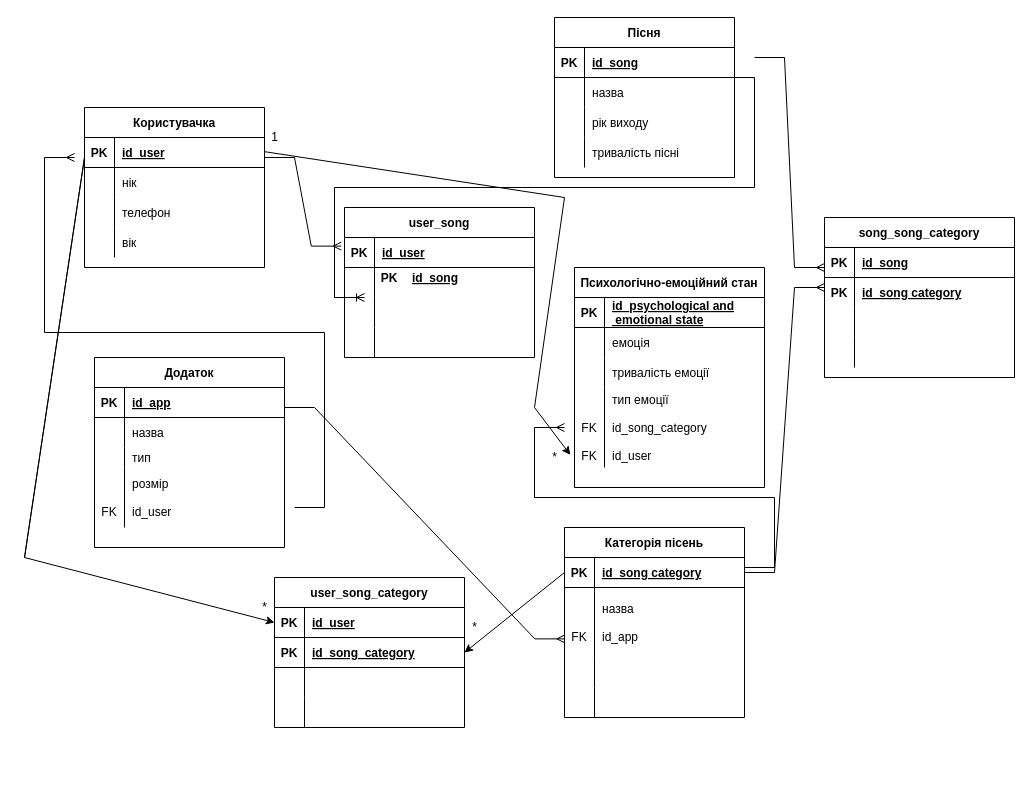
oleksandrblazhko/nai205-guda keeps this draw.io diagram as 2-SoftwareDesign/2.3-DataModel/діаграма.drawio. Above is the earlier version. Source tidied: cells renumbered, new cells numbered last; positions are measured from the earlier drawing's top-left corner, leaving out a move shared by most shapes. Both pictures are drawn from the tidied source at 100%, with x=0, y=0 at pixel (24, 17).
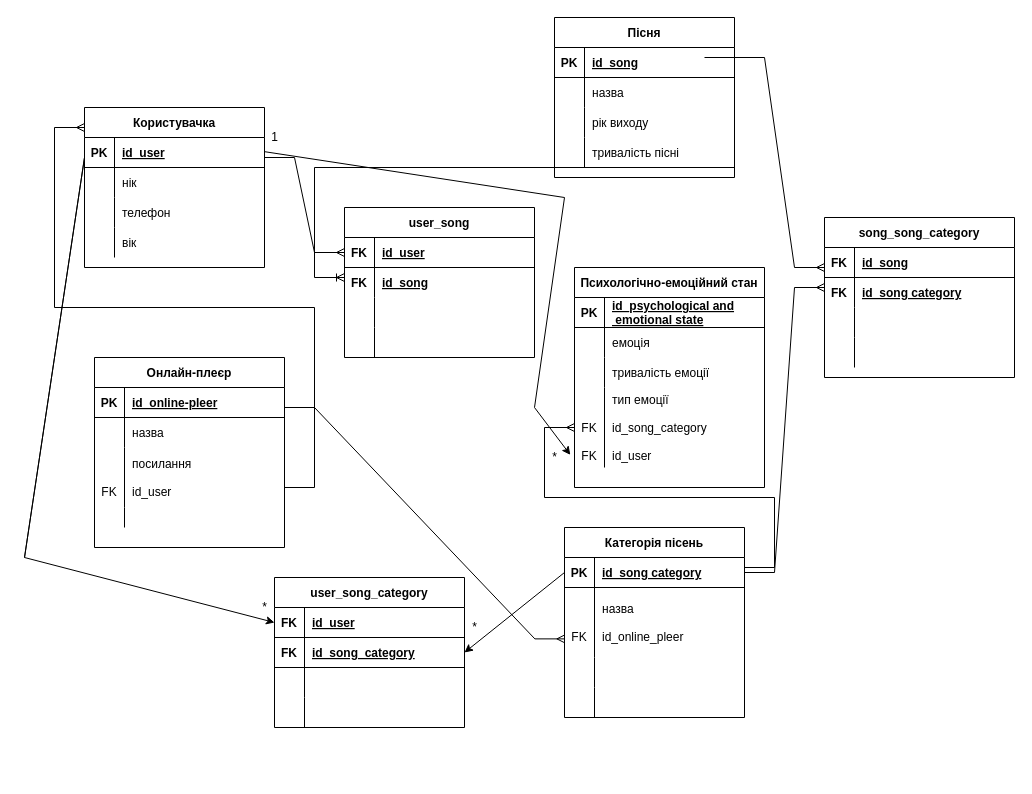
The same page after the edit.

The change refers to these unchanged cells:
```xml
<mxCell id="42" style="shape=tableRow;horizontal=0;startSize=0;swimlaneHead=0;swimlaneBody=0;fillColor=none;top=0;left=0;right=0;bottom=1;" parent="41" vertex="1">
  <mxGeometry y="30" width="190" height="30" as="geometry" />
</mxCell>
<mxCell id="58" style="shape=tableRow;horizontal=0;startSize=0;swimlaneHead=0;swimlaneBody=0;fillColor=none;points=[[0,0.5],[1,0.5]];portConstraint=eastwest;top=0;left=0;right=0;bottom=0;" parent="54" vertex="1">
  <mxGeometry y="60" width="180" height="70" as="geometry" />
</mxCell>
<mxCell id="70" style="shape=tableRow;horizontal=0;startSize=0;swimlaneHead=0;swimlaneBody=0;fillColor=none;points=[[0,0.5],[1,0.5]];portConstraint=eastwest;top=0;left=0;right=0;bottom=1;" parent="69" vertex="1">
  <mxGeometry y="30" width="190" height="30" as="geometry" />
</mxCell>
<mxCell id="87" style="shape=tableRow;horizontal=0;startSize=0;swimlaneHead=0;swimlaneBody=0;fillColor=none;top=0;left=0;right=0;bottom=1;" parent="86" vertex="1">
  <mxGeometry y="30" width="190" height="30" as="geometry" />
</mxCell>
<mxCell id="108" style="shape=tableRow;horizontal=0;startSize=0;swimlaneHead=0;swimlaneBody=0;fillColor=none;points=[[0,0.5],[1,0.5]];portConstraint=eastwest;top=0;left=0;right=0;bottom=1;" parent="107" vertex="1">
  <mxGeometry y="30" width="190" height="30" as="geometry" />
</mxCell>
<mxCell id="120" style="shape=tableRow;horizontal=0;startSize=0;swimlaneHead=0;swimlaneBody=0;fillColor=none;points=[[0,0.5],[1,0.5]];portConstraint=eastwest;top=0;left=0;right=0;bottom=1;" parent="1" vertex="1">
  <mxGeometry x="250" y="620" width="190" height="30" as="geometry" />
</mxCell>
```

Diff of the diagram source:
```diff
@@
-    <mxCell id="41" value="Додаток" style="shape=table;startSize=30;childLayout=tableLayout;rowLines=0;fontStyle=1;align=center;" parent="1" vertex="1">
+    <mxCell id="41" value="Онлайн-плеєр" style="shape=table;startSize=30;childLayout=tableLayout;rowLines=0;fontStyle=1;align=center;" parent="1" vertex="1">
       <mxGeometry x="70" y="340" width="190" height="190" as="geometry" />
     </mxCell>
@@
-    <mxCell id="44" value="id_app" style="shape=partialRectangle;fillColor=none;top=0;left=0;bottom=0;right=0;align=left;spacingLeft=6;fontStyle=5;overflow=hidden;" parent="42" vertex="1">
+    <mxCell id="44" value="id_online-pleer" style="shape=partialRectangle;fillColor=none;top=0;left=0;bottom=0;right=0;align=left;spacingLeft=6;fontStyle=5;overflow=hidden;" parent="42" vertex="1">
       <mxGeometry x="30" width="160" height="30" as="geometry" />
     </mxCell>
@@
+    <mxCell id="51" style="shape=tableRow;horizontal=0;startSize=0;swimlaneHead=0;swimlaneBody=0;fillColor=none;top=0;left=0;right=0;bottom=0;" parent="41" vertex="1">
+      <mxGeometry y="90" width="190" height="60" as="geometry" />
+    </mxCell>
+    <mxCell id="52" value="&#10;&#10;FK" style="shape=partialRectangle;fillColor=none;top=0;left=0;bottom=0;right=0;overflow=hidden;" parent="51" vertex="1">
+      <mxGeometry width="30" height="60" as="geometry" />
+    </mxCell>
+    <mxCell id="53" value="посилання&#10;&#10;id_user" style="shape=partialRectangle;fillColor=none;top=0;left=0;bottom=0;right=0;align=left;spacingLeft=6;overflow=hidden;" parent="51" vertex="1">
+      <mxGeometry x="30" width="160" height="60" as="geometry" />
+    </mxCell>
     <mxCell id="48" style="shape=tableRow;horizontal=0;startSize=0;swimlaneHead=0;swimlaneBody=0;fillColor=none;top=0;left=0;right=0;bottom=0;" parent="41" vertex="1">
-      <mxGeometry y="90" width="190" height="20" as="geometry" />
+      <mxGeometry y="150" width="190" height="20" as="geometry" />
     </mxCell>
@@
-    <mxCell id="50" value="тип" style="shape=partialRectangle;fillColor=none;top=0;left=0;bottom=0;right=0;align=left;spacingLeft=6;overflow=hidden;" parent="48" vertex="1">
+    <mxCell id="50" style="shape=partialRectangle;fillColor=none;top=0;left=0;bottom=0;right=0;align=left;spacingLeft=6;overflow=hidden;" parent="48" vertex="1">
       <mxGeometry x="30" width="160" height="20" as="geometry" />
     </mxCell>
-    <mxCell id="51" style="shape=tableRow;horizontal=0;startSize=0;swimlaneHead=0;swimlaneBody=0;fillColor=none;top=0;left=0;right=0;bottom=0;" parent="41" vertex="1">
-      <mxGeometry y="110" width="190" height="60" as="geometry" />
-    </mxCell>
-    <mxCell id="52" value="&#10;&#10;FK" style="shape=partialRectangle;fillColor=none;top=0;left=0;bottom=0;right=0;overflow=hidden;" parent="51" vertex="1">
-      <mxGeometry width="30" height="60" as="geometry" />
-    </mxCell>
-    <mxCell id="53" value="розмір&#10;&#10;id_user" style="shape=partialRectangle;fillColor=none;top=0;left=0;bottom=0;right=0;align=left;spacingLeft=6;overflow=hidden;" parent="51" vertex="1">
-      <mxGeometry x="30" width="160" height="60" as="geometry" />
-    </mxCell>
@@
-    <mxCell id="60" value="назва&#10;&#10;id_app" style="shape=partialRectangle;fillColor=none;top=0;left=0;bottom=0;right=0;align=left;spacingLeft=6;overflow=hidden;" parent="58" vertex="1">
+    <mxCell id="60" value="назва&#10;&#10;id_online_pleer" style="shape=partialRectangle;fillColor=none;top=0;left=0;bottom=0;right=0;align=left;spacingLeft=6;overflow=hidden;" parent="58" vertex="1">
       <mxGeometry x="30" width="150" height="70" as="geometry" />
     </mxCell>
@@
     <mxCell id="67" style="edgeStyle=entityRelationEdgeStyle;fontSize=12;html=1;endArrow=ERmany;rounded=0;" parent="1" edge="1">
       <mxGeometry relative="1" as="geometry">
-        <mxPoint x="270" y="490" as="sourcePoint" />
-        <mxPoint x="50" y="140" as="targetPoint" />
+        <mxPoint x="260" y="470" as="sourcePoint" />
+        <mxPoint x="60" y="110" as="targetPoint" />
       </mxGeometry>
     </mxCell>
@@
-    <mxCell id="71" value="PK" style="shape=partialRectangle;fillColor=none;top=0;left=0;bottom=0;right=0;fontStyle=1;overflow=hidden;" parent="70" vertex="1">
+    <mxCell id="71" value="FK" style="shape=partialRectangle;fillColor=none;top=0;left=0;bottom=0;right=0;fontStyle=1;overflow=hidden;" parent="70" vertex="1">
       <mxGeometry width="30" height="30" as="geometry" />
     </mxCell>
@@
-    <mxCell id="82" value="PK" style="shape=partialRectangle;fillColor=none;top=0;left=0;bottom=0;right=0;fontStyle=1;overflow=hidden;" parent="1" vertex="1">
-      <mxGeometry x="350" y="245" width="30" height="30" as="geometry" />
+    <mxCell id="82" value="FK" style="shape=partialRectangle;fillColor=none;top=0;left=0;bottom=0;right=0;fontStyle=1;overflow=hidden;" parent="1" vertex="1">
+      <mxGeometry x="320" y="250" width="30" height="30" as="geometry" />
     </mxCell>
     <mxCell id="83" value="id_song" style="shape=partialRectangle;fillColor=none;top=0;left=0;bottom=0;right=0;align=left;spacingLeft=6;fontStyle=5;overflow=hidden;" parent="1" vertex="1">
-      <mxGeometry x="380" y="245" width="160" height="30" as="geometry" />
+      <mxGeometry x="350" y="250" width="160" height="30" as="geometry" />
     </mxCell>
-    <mxCell id="84" style="edgeStyle=entityRelationEdgeStyle;fontSize=12;html=1;endArrow=ERmany;rounded=0;entryX=-0.017;entryY=0.287;entryDx=0;entryDy=0;entryPerimeter=0;" parent="1" edge="1" target="70">
+    <mxCell id="84" style="edgeStyle=entityRelationEdgeStyle;fontSize=12;html=1;endArrow=ERmany;rounded=0;entryX=0;entryY=0.5;entryDx=0;entryDy=0;" parent="1" edge="1" target="70">
       <mxGeometry relative="1" as="geometry">
         <mxPoint x="240" y="140" as="sourcePoint" />
       </mxGeometry>
     </mxCell>
     <mxCell id="85" style="edgeStyle=entityRelationEdgeStyle;fontSize=12;html=1;endArrow=ERoneToMany;rounded=0;" parent="1" edge="1">
       <mxGeometry relative="1" as="geometry">
-        <mxPoint x="700" y="60" as="sourcePoint" />
-        <mxPoint x="340" y="280" as="targetPoint" />
+        <mxPoint x="680" y="40" as="sourcePoint" />
+        <mxPoint x="320" y="260" as="targetPoint" />
       </mxGeometry>
     </mxCell>
@@
-    <mxCell id="88" value="PK" style="shape=partialRectangle;fillColor=none;top=0;left=0;bottom=0;right=0;fontStyle=1;overflow=hidden;" parent="87" vertex="1">
+    <mxCell id="88" value="FK" style="shape=partialRectangle;fillColor=none;top=0;left=0;bottom=0;right=0;fontStyle=1;overflow=hidden;" parent="87" vertex="1">
       <mxGeometry width="30" height="30" as="geometry" />
     </mxCell>
@@
     <mxCell id="99" style="edgeStyle=entityRelationEdgeStyle;fontSize=12;html=1;endArrow=ERmany;rounded=0;" parent="1" edge="1">
       <mxGeometry relative="1" as="geometry">
-        <mxPoint x="730" y="40" as="sourcePoint" />
+        <mxPoint x="710" y="40" as="sourcePoint" />
         <mxPoint x="800" y="250" as="targetPoint" />
       </mxGeometry>
     </mxCell>
-    <mxCell id="100" value="PK" style="shape=partialRectangle;fillColor=none;top=0;left=0;bottom=0;right=0;fontStyle=1;overflow=hidden;" parent="1" vertex="1">
+    <mxCell id="100" value="FK" style="shape=partialRectangle;fillColor=none;top=0;left=0;bottom=0;right=0;fontStyle=1;overflow=hidden;" parent="1" vertex="1">
       <mxGeometry x="800" y="260" width="30" height="30" as="geometry" />
     </mxCell>
@@
     <mxCell id="103" style="edgeStyle=entityRelationEdgeStyle;fontSize=12;html=1;endArrow=ERmany;rounded=0;" parent="1" edge="1">
       <mxGeometry relative="1" as="geometry">
         <mxPoint x="720" y="550" as="sourcePoint" />
-        <mxPoint x="540" y="410" as="targetPoint" />
+        <mxPoint x="550" y="410" as="targetPoint" />
       </mxGeometry>
     </mxCell>
@@
-    <mxCell id="109" value="PK" style="shape=partialRectangle;fillColor=none;top=0;left=0;bottom=0;right=0;fontStyle=1;overflow=hidden;" parent="108" vertex="1">
+    <mxCell id="109" value="FK" style="shape=partialRectangle;fillColor=none;top=0;left=0;bottom=0;right=0;fontStyle=1;overflow=hidden;" parent="108" vertex="1">
       <mxGeometry width="30" height="30" as="geometry" />
     </mxCell>
@@
-    <mxCell id="121" value="PK" style="shape=partialRectangle;fillColor=none;top=0;left=0;bottom=0;right=0;fontStyle=1;overflow=hidden;" parent="120" vertex="1">
+    <mxCell id="121" value="FK" style="shape=partialRectangle;fillColor=none;top=0;left=0;bottom=0;right=0;fontStyle=1;overflow=hidden;" parent="120" vertex="1">
       <mxGeometry width="30" height="30" as="geometry" />
     </mxCell>
```
